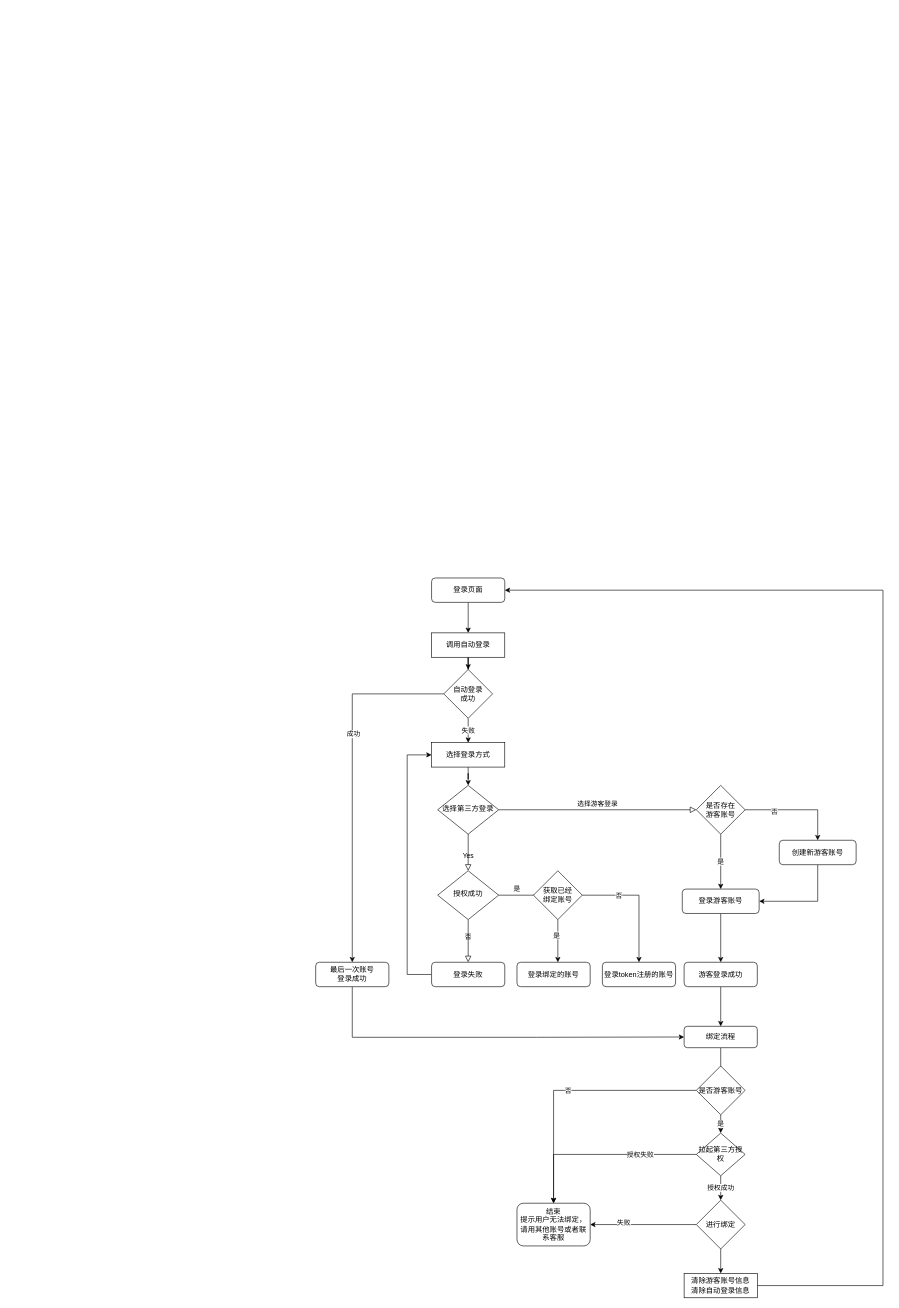
Earlier version of the draw.io diagram CMGE_HW_API.drawio (saitestop/Drawio). Source tidied: cells renumbered, new cells numbered last; positions are measured from the earlier drawing's top-left corner, leaving out a move shared by most shapes. Both pictures are drawn from the tidied source at 61%, with x=0, y=0 at pixel (315, 578).
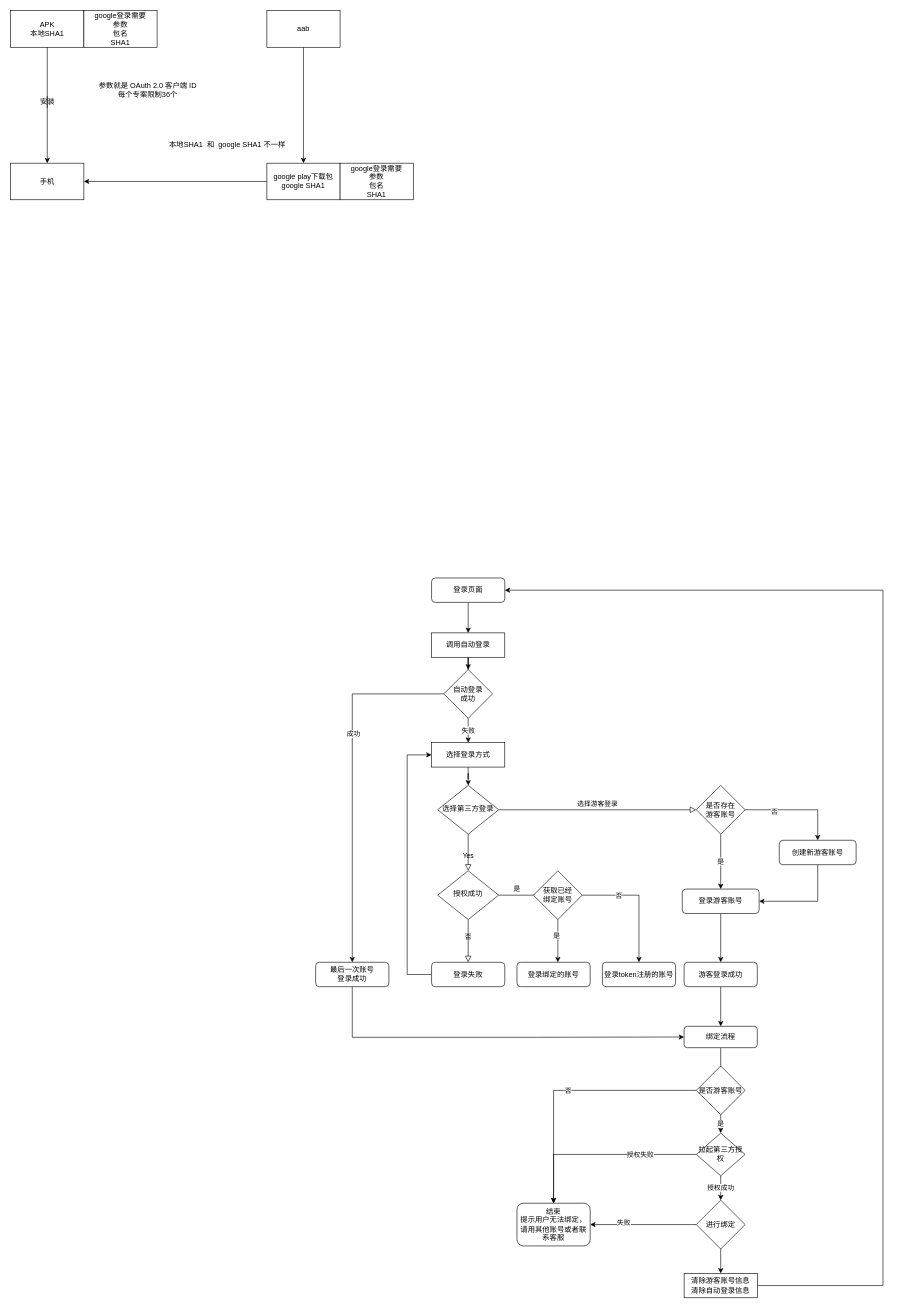
The same page after the edit.

Change to the diagram source:
```diff
@@
+    <mxCell id="56" style="edgeStyle=orthogonalEdgeStyle;rounded=0;jettySize=auto;html=1;entryX=0.5;entryY=0;entryDx=0;entryDy=0;startArrow=none;" parent="1" edge="1" source="63" target="58">
+      <mxGeometry relative="1" as="geometry">
+        <Array as="points">
+          <mxPoint x="-440" y="-770" />
+        </Array>
+      </mxGeometry>
+    </mxCell>
+    <mxCell id="57" value="APK&lt;br&gt;本地SHA1" style="rounded=0;whiteSpace=wrap;html=1;" parent="1" vertex="1">
+      <mxGeometry x="-500" y="-930" width="120" height="60" as="geometry" />
+    </mxCell>
+    <mxCell id="58" value="手机" style="rounded=0;whiteSpace=wrap;html=1;" parent="1" vertex="1">
+      <mxGeometry x="-500" y="-680" width="120" height="60" as="geometry" />
+    </mxCell>
+    <mxCell id="59" style="edgeStyle=orthogonalEdgeStyle;rounded=0;jettySize=auto;html=1;" parent="1" edge="1" source="60" target="62">
+      <mxGeometry relative="1" as="geometry" />
+    </mxCell>
+    <mxCell id="60" value="aab" style="rounded=0;whiteSpace=wrap;html=1;" parent="1" vertex="1">
+      <mxGeometry x="-80" y="-930" width="120" height="60" as="geometry" />
+    </mxCell>
+    <mxCell id="61" style="edgeStyle=orthogonalEdgeStyle;rounded=0;jettySize=auto;html=1;" parent="1" edge="1" source="62" target="58">
+      <mxGeometry relative="1" as="geometry" />
+    </mxCell>
+    <mxCell id="62" value="google play下载包&lt;br&gt;google SHA1" style="rounded=0;whiteSpace=wrap;html=1;" parent="1" vertex="1">
+      <mxGeometry x="-80" y="-680" width="120" height="60" as="geometry" />
+    </mxCell>
+    <mxCell id="63" value="安装" style="text;html=1;align=center;verticalAlign=middle;points=[];strokeColor=none;fillColor=none;" parent="1" vertex="1">
+      <mxGeometry x="-460" y="-790" width="40" height="20" as="geometry" />
+    </mxCell>
+    <mxCell id="64" style="edgeStyle=orthogonalEdgeStyle;rounded=0;jettySize=auto;html=1;entryX=0.5;entryY=0;entryDx=0;entryDy=0;endArrow=none;" parent="1" edge="1" source="57" target="63">
+      <mxGeometry relative="1" as="geometry">
+        <Array as="points">
+          <mxPoint x="-440" y="-770" />
+        </Array>
+      </mxGeometry>
+    </mxCell>
+    <mxCell id="65" value="google登录需要&lt;br&gt;参数&lt;br&gt;包名&lt;br&gt;SHA1" style="rounded=0;whiteSpace=wrap;html=1;" parent="1" vertex="1">
+      <mxGeometry x="-380" y="-930" width="120" height="60" as="geometry" />
+    </mxCell>
+    <mxCell id="66" value="google登录需要&lt;br&gt;参数&lt;br&gt;包名&lt;br&gt;SHA1" style="rounded=0;whiteSpace=wrap;html=1;" parent="1" vertex="1">
+      <mxGeometry x="40" y="-680" width="120" height="60" as="geometry" />
+    </mxCell>
+    <mxCell id="67" value="参数就是&amp;nbsp;OAuth 2.0 客户端 ID&lt;br&gt;每个专案限制36个" style="text;html=1;strokeColor=none;fillColor=none;align=center;verticalAlign=middle;whiteSpace=wrap;rounded=0;" parent="1" vertex="1">
+      <mxGeometry x="-380" y="-810" width="210" height="20" as="geometry" />
+    </mxCell>
+    <mxCell id="68" value="&lt;span&gt;本地SHA1&amp;nbsp; 和&amp;nbsp;&amp;nbsp;&lt;/span&gt;&lt;span&gt;google SHA1 不一样&lt;/span&gt;" style="text;html=1;align=center;verticalAlign=middle;strokeColor=none;fillColor=none;" parent="1" vertex="1">
+      <mxGeometry x="-250" y="-720" width="210" height="20" as="geometry" />
+    </mxCell>
```
